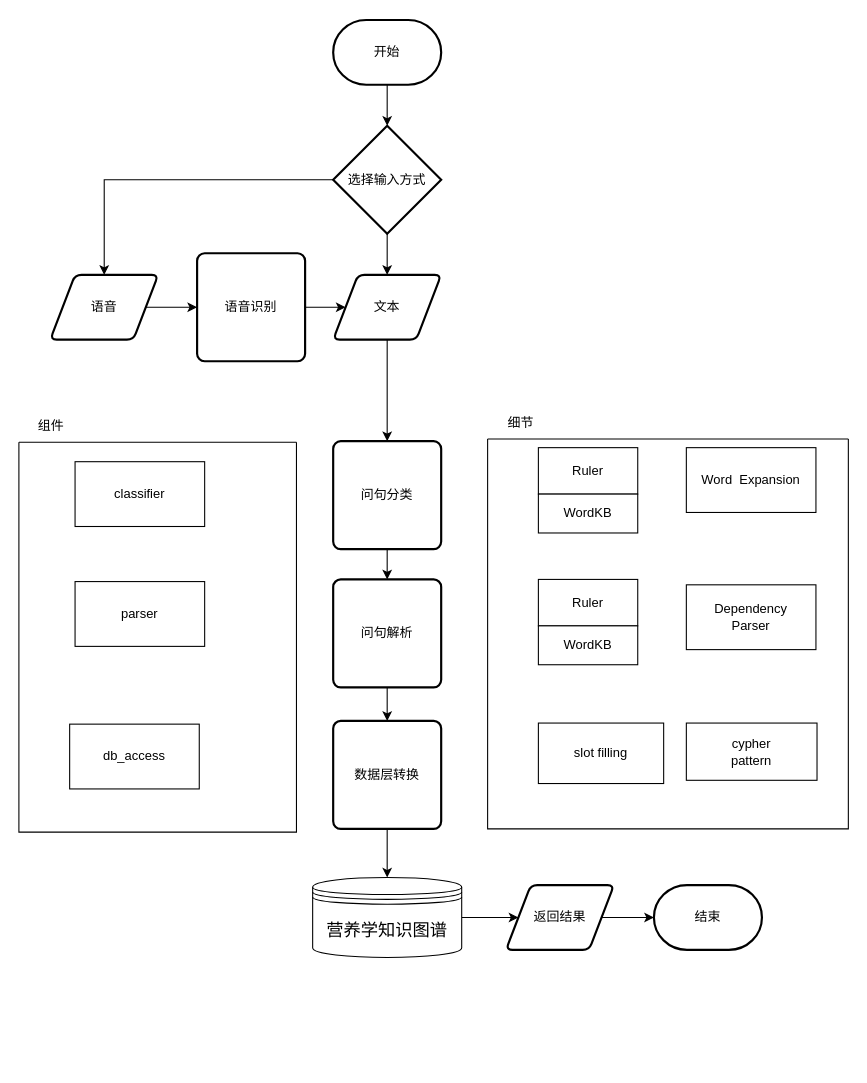
honghangzhi/diagrams keeps this draw.io diagram as page "第 3 页" (3 of 7) of flowchart/毕设.drawio. Above is the earlier version. Source tidied: cells renumbered, new cells numbered last; positions are measured from the earlier drawing's top-left corner, leaving out a move shared by most shapes. Both pictures are drawn from the tidied source at 108%, with x=0, y=0 at pixel (18, 19).
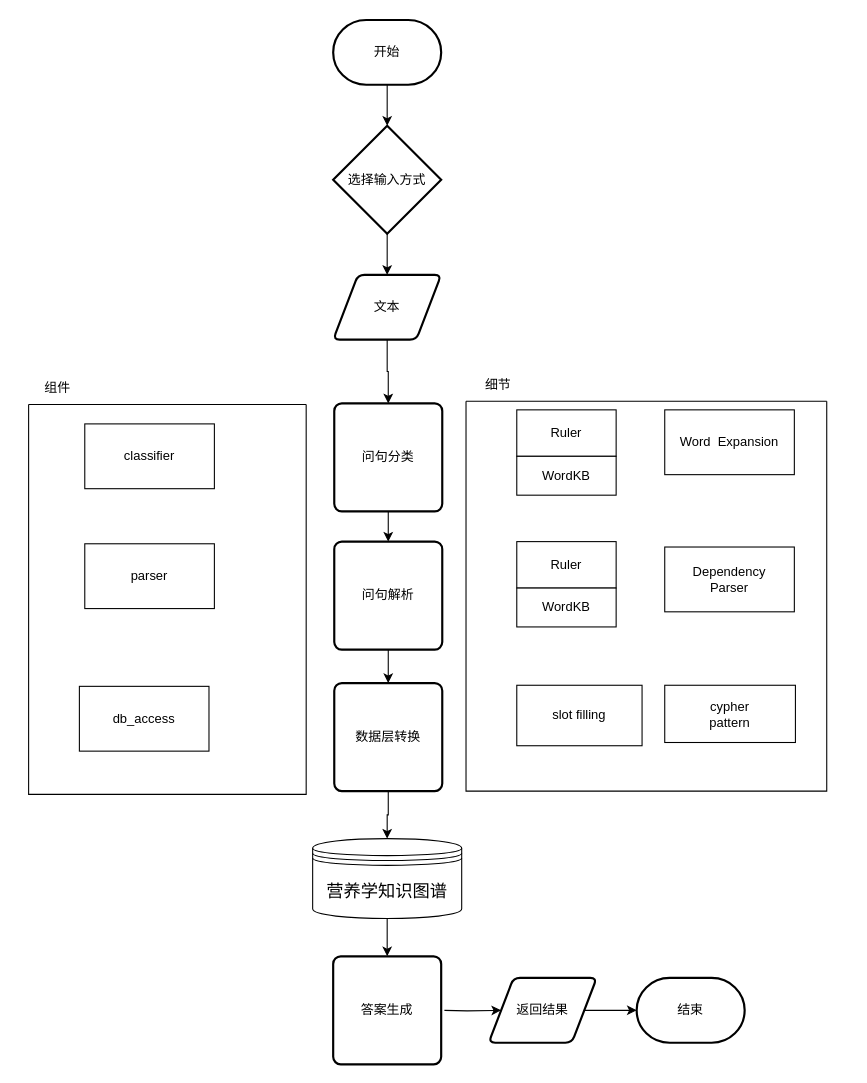
The same diagram, later.

Unchanged cells that the change refers to:
```xml
<mxCell id="5" value="文本" style="shape=parallelogram;html=1;strokeWidth=2;perimeter=parallelogramPerimeter;whiteSpace=wrap;rounded=1;arcSize=12;size=0.23;" parent="1" vertex="1">
  <mxGeometry x="291" y="236" width="100" height="60" as="geometry" />
</mxCell>
<mxCell id="25" value="选择输入方式" style="strokeWidth=2;html=1;shape=mxgraph.flowchart.decision;whiteSpace=wrap;" parent="1" vertex="1">
  <mxGeometry x="291" y="98" width="100" height="100" as="geometry" />
</mxCell>
```

Change to the diagram source:
```diff
@@
-    <mxCell id="2" style="edgeStyle=orthogonalEdgeStyle;rounded=0;jettySize=auto;html=1;" parent="1" edge="1" source="3" target="15">
-      <mxGeometry relative="1" as="geometry" />
+    <mxCell id="2" style="edgeStyle=orthogonalEdgeStyle;rounded=0;jettySize=auto;html=1;" parent="1" edge="1" target="15">
+      <mxGeometry relative="1" as="geometry">
+        <mxPoint x="394" y="917" as="sourcePoint" />
+      </mxGeometry>
     </mxCell>
+    <mxCell id="39" style="edgeStyle=orthogonalEdgeStyle;rounded=0;jettySize=auto;html=1;" parent="1" edge="1" source="3" target="40">
+      <mxGeometry relative="1" as="geometry" />
+    </mxCell>
     <mxCell id="3" value="营养学知识图谱" style="shape=datastore;whiteSpace=wrap;html=1;fontSize=16;" parent="1" vertex="1">
-      <mxGeometry x="272" y="794" width="138" height="74" as="geometry" />
+      <mxGeometry x="272" y="758" width="138" height="74" as="geometry" />
     </mxCell>
@@
-    <mxCell id="6" style="edgeStyle=orthogonalEdgeStyle;rounded=0;jettySize=auto;html=1;" parent="1" edge="1" source="7" target="27">
-      <mxGeometry relative="1" as="geometry" />
-    </mxCell>
-    <mxCell id="7" value="语音" style="shape=parallelogram;html=1;strokeWidth=2;perimeter=parallelogramPerimeter;whiteSpace=wrap;rounded=1;arcSize=12;size=0.23;" parent="1" vertex="1">
-      <mxGeometry x="29" y="236" width="100" height="60" as="geometry" />
-    </mxCell>
@@
     <mxCell id="9" value="问句分类" style="rounded=1;whiteSpace=wrap;html=1;absoluteArcSize=1;arcSize=14;strokeWidth=2;" parent="1" vertex="1">
-      <mxGeometry x="291" y="390" width="100" height="100" as="geometry" />
+      <mxGeometry x="292" y="355" width="100" height="100" as="geometry" />
     </mxCell>
@@
     <mxCell id="11" value="问句解析" style="rounded=1;whiteSpace=wrap;html=1;absoluteArcSize=1;arcSize=14;strokeWidth=2;" parent="1" vertex="1">
-      <mxGeometry x="291" y="518" width="100" height="100" as="geometry" />
+      <mxGeometry x="292" y="483" width="100" height="100" as="geometry" />
     </mxCell>
@@
     <mxCell id="13" value="数据层转换" style="rounded=1;whiteSpace=wrap;html=1;absoluteArcSize=1;arcSize=14;strokeWidth=2;" parent="1" vertex="1">
-      <mxGeometry x="291" y="649" width="100" height="100" as="geometry" />
+      <mxGeometry x="292" y="614" width="100" height="100" as="geometry" />
     </mxCell>
@@
     <mxCell id="15" value="返回结果" style="shape=parallelogram;html=1;strokeWidth=2;perimeter=parallelogramPerimeter;whiteSpace=wrap;rounded=1;arcSize=12;size=0.23;" parent="1" vertex="1">
-      <mxGeometry x="451" y="801" width="100" height="60" as="geometry" />
+      <mxGeometry x="435" y="887" width="100" height="60" as="geometry" />
     </mxCell>
     <mxCell id="16" value="结束" style="strokeWidth=2;html=1;shape=mxgraph.flowchart.terminator;whiteSpace=wrap;" parent="1" vertex="1">
-      <mxGeometry x="588" y="801" width="100" height="60" as="geometry" />
+      <mxGeometry x="572" y="887" width="100" height="60" as="geometry" />
     </mxCell>
@@
     <mxCell id="19" style="swimlane;startSize=0;" parent="1" vertex="1">
-      <mxGeometry y="391" width="257" height="361" as="geometry" />
+      <mxGeometry x="9" y="356" width="257" height="361" as="geometry" />
     </mxCell>
@@
-    <mxCell id="24" style="edgeStyle=orthogonalEdgeStyle;rounded=0;jettySize=auto;html=1;" parent="1" edge="1" source="25" target="7">
-      <mxGeometry relative="1" as="geometry" />
-    </mxCell>
@@
-    <mxCell id="26" style="edgeStyle=orthogonalEdgeStyle;rounded=0;jettySize=auto;html=1;" parent="1" edge="1" source="27" target="5">
-      <mxGeometry relative="1" as="geometry" />
-    </mxCell>
-    <mxCell id="27" value="语音识别" style="rounded=1;whiteSpace=wrap;html=1;absoluteArcSize=1;arcSize=14;strokeWidth=2;" parent="1" vertex="1">
-      <mxGeometry x="165" y="216" width="100" height="100" as="geometry" />
-    </mxCell>
     <mxCell id="28" style="swimlane;startSize=0;" parent="1" vertex="1">
-      <mxGeometry x="434" y="388" width="334" height="361" as="geometry" />
+      <mxGeometry x="414" y="353" width="334" height="361" as="geometry" />
     </mxCell>
@@
     <mxCell id="37" value="组件" style="text;html=1;strokeColor=none;fillColor=none;align=center;verticalAlign=middle;whiteSpace=wrap;rounded=0;" parent="1" vertex="1">
-      <mxGeometry y="361" width="60" height="30" as="geometry" />
+      <mxGeometry x="6" y="326" width="60" height="30" as="geometry" />
     </mxCell>
     <mxCell id="38" value="细节" style="text;html=1;strokeColor=none;fillColor=none;align=center;verticalAlign=middle;whiteSpace=wrap;rounded=0;" parent="1" vertex="1">
-      <mxGeometry x="435" y="358" width="60" height="30" as="geometry" />
+      <mxGeometry x="414" y="323" width="60" height="30" as="geometry" />
     </mxCell>
+    <mxCell id="40" value="答案生成" style="rounded=1;whiteSpace=wrap;html=1;absoluteArcSize=1;arcSize=14;strokeWidth=2;" parent="1" vertex="1">
+      <mxGeometry x="291" y="867" width="100" height="100" as="geometry" />
+    </mxCell>
```
